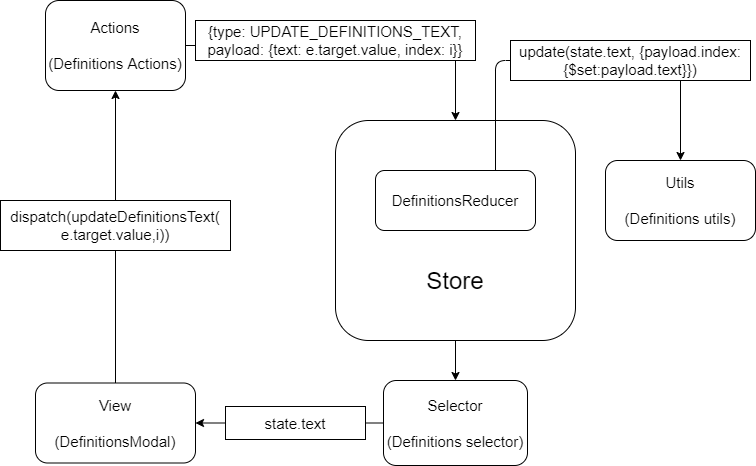
This is Memoria/Imagenes/Bitmap/flujoDefinitions.png from NILGroup/TFG-AdaptaMaterialEscolar, a draw.io export, as it was before one commit. Source tidied: cells renumbered, new cells last; positions are measured from the earlier drawing's top-left corner, leaving out a move shared by most shapes.
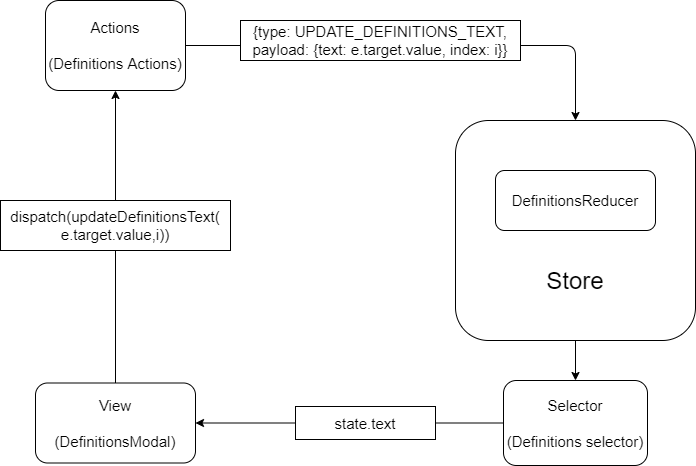
Above is the later version.

Change to the diagram source:
```diff
@@ -2,9 +2,6 @@
   <root>
     <mxCell id="0" />
     <mxCell id="1" parent="0" />
-    <mxCell id="2" value="&lt;span style=&quot;font-size: 15px&quot;&gt;Utils&lt;br&gt;&lt;br&gt;(Definitions utils)&lt;br&gt;&lt;/span&gt;" style="rounded=1;whiteSpace=wrap;html=1;" parent="1" vertex="1">
-      <mxGeometry x="605" y="160" width="150" height="80" as="geometry" />
-    </mxCell>
     <mxCell id="3" style="endArrow=classic;html=1;exitX=0.5;exitY=0;exitDx=0;exitDy=0;entryX=0.5;entryY=1;entryDx=0;entryDy=0;" parent="1" edge="1" source="4" target="5">
       <mxGeometry relative="1" as="geometry" />
     </mxCell>
@@ -17,7 +14,7 @@
     <mxCell id="6" style="endArrow=classic;html=1;exitX=1;exitY=0.5;exitDx=0;exitDy=0;entryX=0.5;entryY=0;entryDx=0;entryDy=0;" parent="1" edge="1" source="5" target="8">
       <mxGeometry relative="1" as="geometry">
         <Array as="points">
-          <mxPoint x="455" y="45" />
+          <mxPoint x="575" y="45" />
         </Array>
       </mxGeometry>
     </mxCell>
@@ -25,16 +22,16 @@
       <mxGeometry y="200" width="230" height="50" as="geometry" />
     </mxCell>
     <mxCell id="8" style="rounded=1;whiteSpace=wrap;html=1;" parent="1" vertex="1">
-      <mxGeometry x="335" y="120" width="240" height="220" as="geometry" />
+      <mxGeometry x="455" y="120" width="240" height="220" as="geometry" />
     </mxCell>
     <mxCell id="9" value="&lt;font style=&quot;font-size: 24px&quot;&gt;Store&lt;/font&gt;" style="text;html=1;strokeColor=none;fillColor=none;align=center;verticalAlign=middle;whiteSpace=wrap;rounded=0;" parent="1" vertex="1">
-      <mxGeometry x="400" y="250" width="110" height="60" as="geometry" />
+      <mxGeometry x="520" y="250" width="110" height="60" as="geometry" />
     </mxCell>
     <mxCell id="10" value="&lt;span style=&quot;font-size: 15px&quot;&gt;DefinitionsReducer&lt;/span&gt;" style="rounded=1;whiteSpace=wrap;html=1;" parent="1" vertex="1">
-      <mxGeometry x="375" y="170" width="160" height="60" as="geometry" />
+      <mxGeometry x="495" y="170" width="160" height="60" as="geometry" />
     </mxCell>
     <mxCell id="11" value="&lt;font style=&quot;font-size: 15px&quot;&gt;Selector&lt;br&gt;&lt;br&gt;(Definitions selector)&lt;br&gt;&lt;/font&gt;" style="rounded=1;whiteSpace=wrap;html=1;" parent="1" vertex="1">
-      <mxGeometry x="383" y="380" width="144" height="85" as="geometry" />
+      <mxGeometry x="503" y="380" width="144" height="85" as="geometry" />
     </mxCell>
     <mxCell id="12" style="endArrow=classic;html=1;entryX=0.5;entryY=0;entryDx=0;entryDy=0;exitX=0.5;exitY=1;exitDx=0;exitDy=0;" parent="1" edge="1" source="8" target="11">
       <mxGeometry relative="1" as="geometry" />
@@ -43,24 +40,13 @@
       <mxGeometry relative="1" as="geometry" />
     </mxCell>
     <mxCell id="14" value="&lt;font style=&quot;font-size: 15px&quot;&gt;state.text&lt;/font&gt;" style="rounded=0;whiteSpace=wrap;html=1;" parent="1" vertex="1">
-      <mxGeometry x="225" y="406" width="140" height="33" as="geometry" />
+      <mxGeometry x="295" y="406" width="140" height="33" as="geometry" />
     </mxCell>
     <mxCell id="15" style="endArrow=none;html=1;exitX=0;exitY=0.5;exitDx=0;exitDy=0;entryX=1;entryY=0.5;entryDx=0;entryDy=0;" parent="1" edge="1" source="11" target="14">
       <mxGeometry relative="1" as="geometry" />
     </mxCell>
-    <mxCell id="16" style="endArrow=classic;html=1;entryX=0.5;entryY=0;entryDx=0;entryDy=0;exitX=0.75;exitY=0;exitDx=0;exitDy=0;" parent="1" edge="1" source="10" target="2">
-      <mxGeometry relative="1" as="geometry">
-        <Array as="points">
-          <mxPoint x="495" y="60" />
-          <mxPoint x="680" y="60" />
-        </Array>
-      </mxGeometry>
-    </mxCell>
-    <mxCell id="17" value="&lt;span style=&quot;font-size: 15px&quot;&gt;update(state.text, {payload.index:{$set:payload.text}})&lt;/span&gt;" style="rounded=0;whiteSpace=wrap;html=1;" parent="1" vertex="1">
-      <mxGeometry x="510" y="40" width="240" height="40" as="geometry" />
-    </mxCell>
     <mxCell id="18" value="&lt;span style=&quot;font-size: 15px&quot;&gt;{type: UPDATE_DEFINITIONS_TEXT,&lt;br&gt;payload: {text: e.target.value, index: i}}&lt;/span&gt;" style="rounded=0;whiteSpace=wrap;html=1;" parent="1" vertex="1">
-      <mxGeometry x="195" y="20" width="280" height="40" as="geometry" />
+      <mxGeometry x="240" y="20" width="280" height="40" as="geometry" />
     </mxCell>
   </root>
 </mxGraphModel>
```
